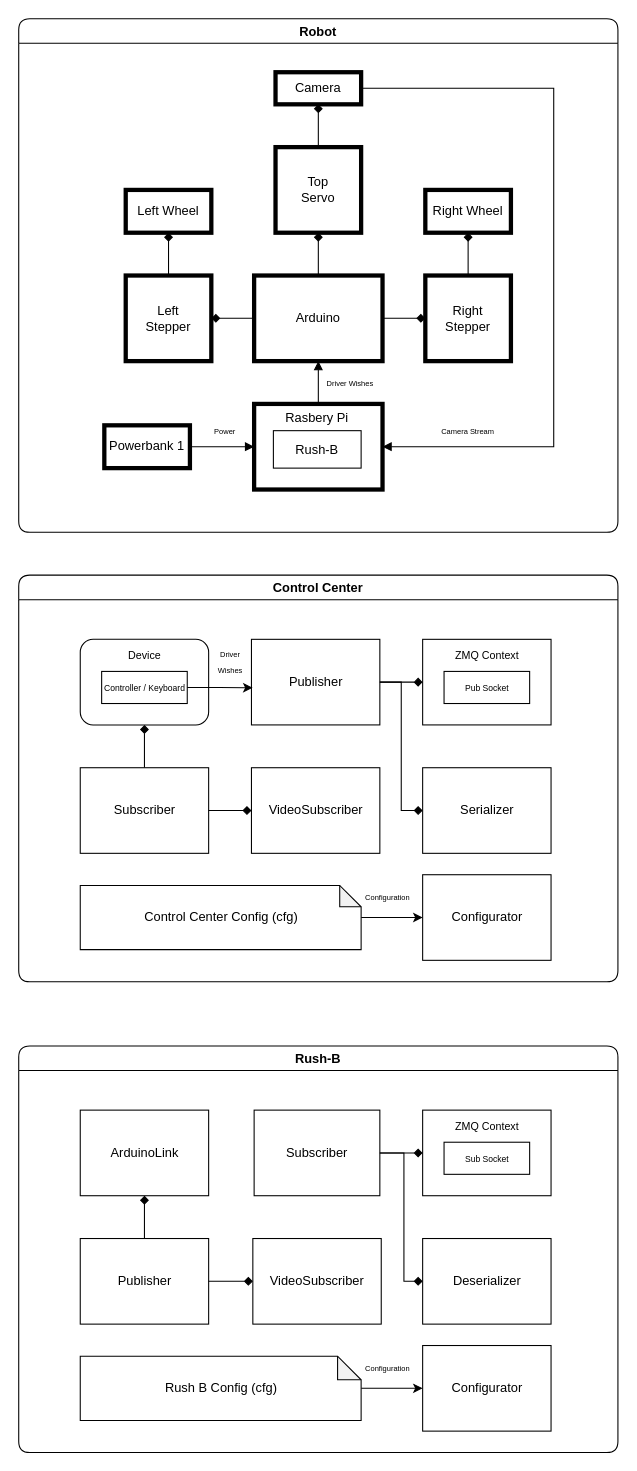
Before: page "Architecture" (2 of 5) of docs/diagrams/Design.drawio in GjergjiSh/Rush-B, a draw.io diagram. Source tidied: cells renumbered, new cells numbered last; positions are measured from the earlier drawing's top-left corner, leaving out a move shared by most shapes. Both pictures are drawn from the tidied source at 107%, with x=0, y=0 at pixel (18, 18).
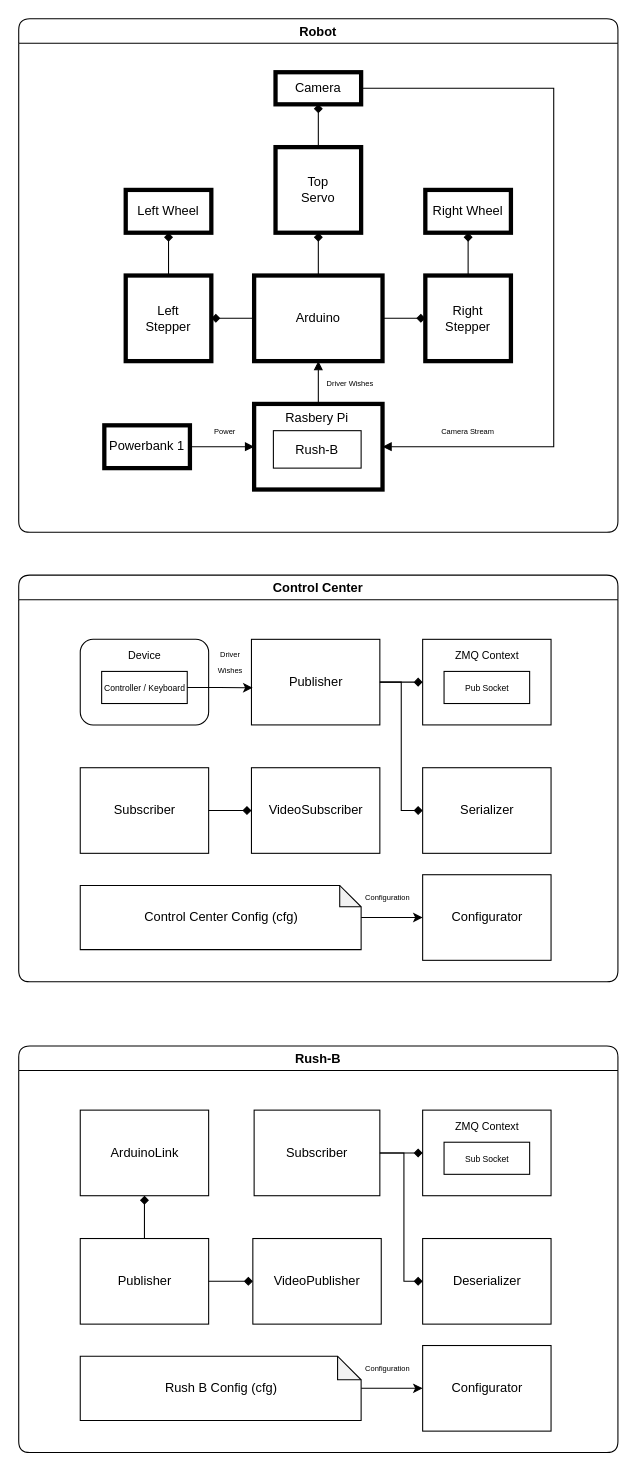
After the change.

Unchanged cells that the change refers to:
```xml
<mxCell id="26" value="Control Center" style="swimlane;rounded=1;" parent="1" vertex="1">
  <mxGeometry y="520" width="560" height="380" as="geometry" />
</mxCell>
<mxCell id="27" style="rounded=1;whiteSpace=wrap;html=1;" parent="26" vertex="1">
  <mxGeometry x="57.5" y="60" width="120" height="80" as="geometry" />
</mxCell>
<mxCell id="39" value="Subscriber" style="rounded=0;whiteSpace=wrap;html=1;" parent="26" vertex="1">
  <mxGeometry x="57.5" y="180" width="120" height="80" as="geometry" />
</mxCell>
<mxCell id="47" value="Rush-B" style="swimlane;rounded=1;" parent="1" vertex="1">
  <mxGeometry y="960" width="560" height="380" as="geometry" />
</mxCell>
```

What changed in the source:
```diff
@@
-    <mxCell id="38" style="edgeStyle=orthogonalEdgeStyle;rounded=0;jettySize=auto;html=1;exitX=0.5;exitY=0;exitDx=0;exitDy=0;entryX=0.5;entryY=1;entryDx=0;entryDy=0;endArrow=diamond;endFill=1;" parent="26" edge="1" source="39" target="27">
-      <mxGeometry relative="1" as="geometry" />
-    </mxCell>
@@
-    <mxCell id="57" value="VideoSubscriber" style="rounded=0;whiteSpace=wrap;html=1;" parent="47" vertex="1">
+    <mxCell id="57" value="VideoPublisher" style="rounded=0;whiteSpace=wrap;html=1;" parent="47" vertex="1">
       <mxGeometry x="218.8" y="180" width="120" height="80" as="geometry" />
     </mxCell>
```
